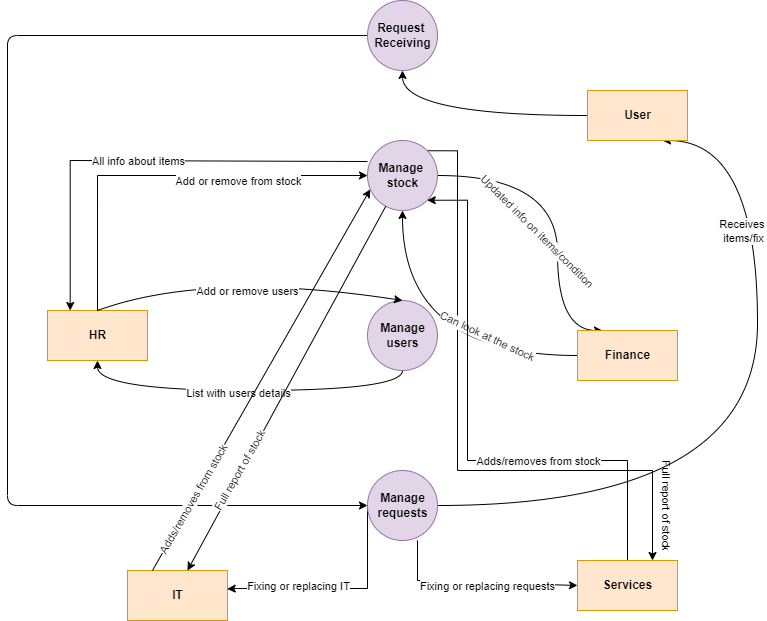
Before: DFD/DFD Level 1.drawio.png, a diagram exported from draw.io (kjahaj/Inventory-system-Door-7-guys.). Source tidied: cells renumbered, new cells last; positions are measured from the earlier drawing's top-left corner, leaving out a move shared by most shapes.
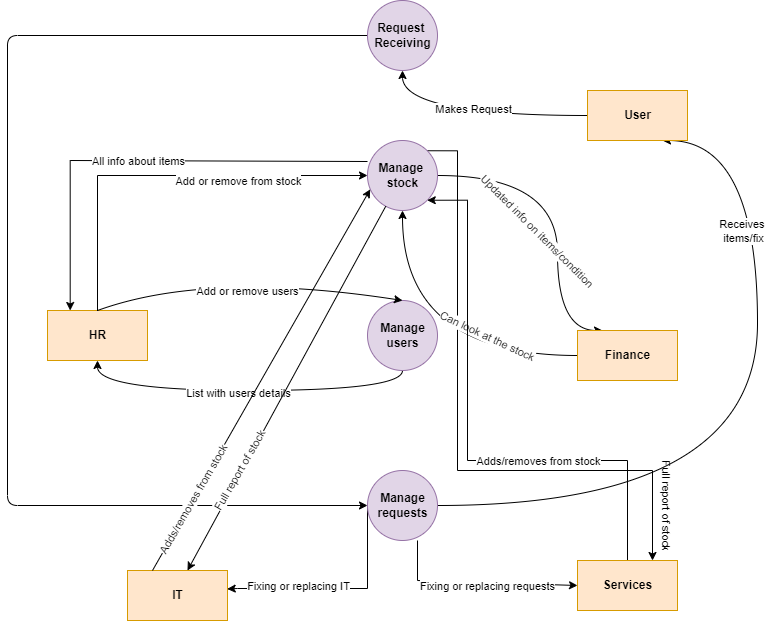
The same diagram one commit later.

What changed in the source:
```diff
@@ -134,6 +134,9 @@
     <mxCell id="24" style="edgeStyle=orthogonalEdgeStyle;curved=1;jettySize=auto;html=1;entryX=0.5;entryY=1;entryDx=0;entryDy=0;" parent="1" edge="1" source="25" target="23">
       <mxGeometry relative="1" as="geometry" />
     </mxCell>
+    <mxCell id="39" value="Makes Request" style="edgeLabel;html=1;align=center;verticalAlign=middle;" parent="24" vertex="1">
+      <mxGeometry y="-7" relative="1" as="geometry" />
+    </mxCell>
     <mxCell id="25" value="&lt;b&gt;User&lt;/b&gt;" style="html=1;dashed=0;whitespace=wrap;fillColor=#ffe6cc;strokeColor=#d79b00;" parent="1" vertex="1">
       <mxGeometry x="580" y="90" width="100" height="50" as="geometry" />
     </mxCell>
```
